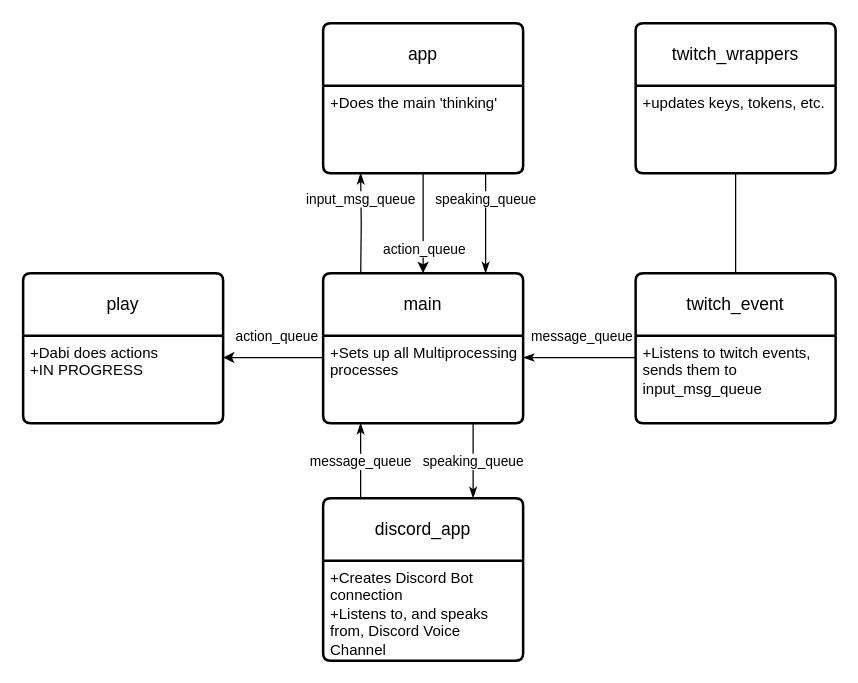
Earlier version of the draw.io diagram Dabither.drawio (pdgeorge/DabisNewBraincell). Source tidied: cells renumbered, new cells numbered last; positions are measured from the earlier drawing's top-left corner, leaving out a move shared by most shapes. Both pictures are drawn from the tidied source at 125%, with x=0, y=0 at pixel (22, 22).
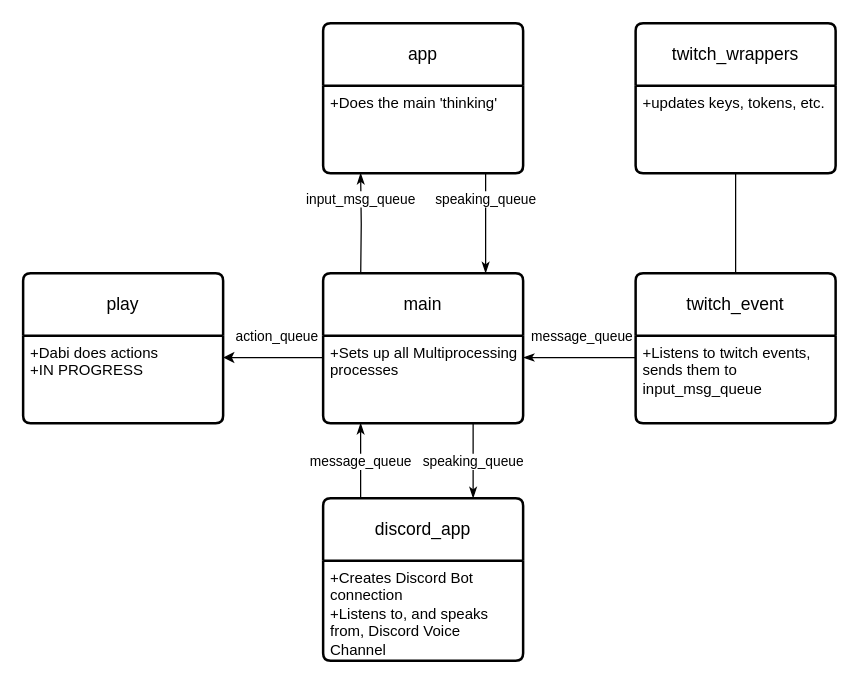
After the change.

Commit message (it also covers changes not shown here):
Dabling info

Unchanged cells that the change refers to:
```xml
<mxCell id="4" value="main" style="swimlane;horizontal=1;startSize=50;rounded=1;fontSize=14;fontStyle=0;strokeWidth=2;shadow=0;dashed=0;align=center;arcSize=4;whiteSpace=wrap;html=1;" parent="1" vertex="1">
  <mxGeometry x="240" y="200" width="160" height="120" as="geometry" />
</mxCell>
<mxCell id="16" value="+Does the main 'thinking'" style="align=left;strokeColor=none;fillColor=none;spacingLeft=4;spacingRight=4;fontSize=12;verticalAlign=top;html=1;whiteSpace=wrap;" parent="15" vertex="1">
  <mxGeometry y="50" width="160" height="70" as="geometry" />
</mxCell>
```

Change to the diagram source:
```diff
@@
-    <mxCell id="23" style="edgeStyle=orthogonalEdgeStyle;rounded=0;jettySize=auto;html=1;exitX=0.5;exitY=1;exitDx=0;exitDy=0;entryX=0.5;entryY=0;entryDx=0;entryDy=0;" parent="1" edge="1" source="16" target="4">
-      <mxGeometry relative="1" as="geometry" />
-    </mxCell>
-    <mxCell id="24" value="action_queue" style="edgeLabel;html=1;align=center;verticalAlign=middle;" parent="23" vertex="1">
-      <mxGeometry x="-0.06" y="2" relative="1" as="geometry">
-        <mxPoint x="-2" y="22" as="offset" />
-      </mxGeometry>
-    </mxCell>
```
